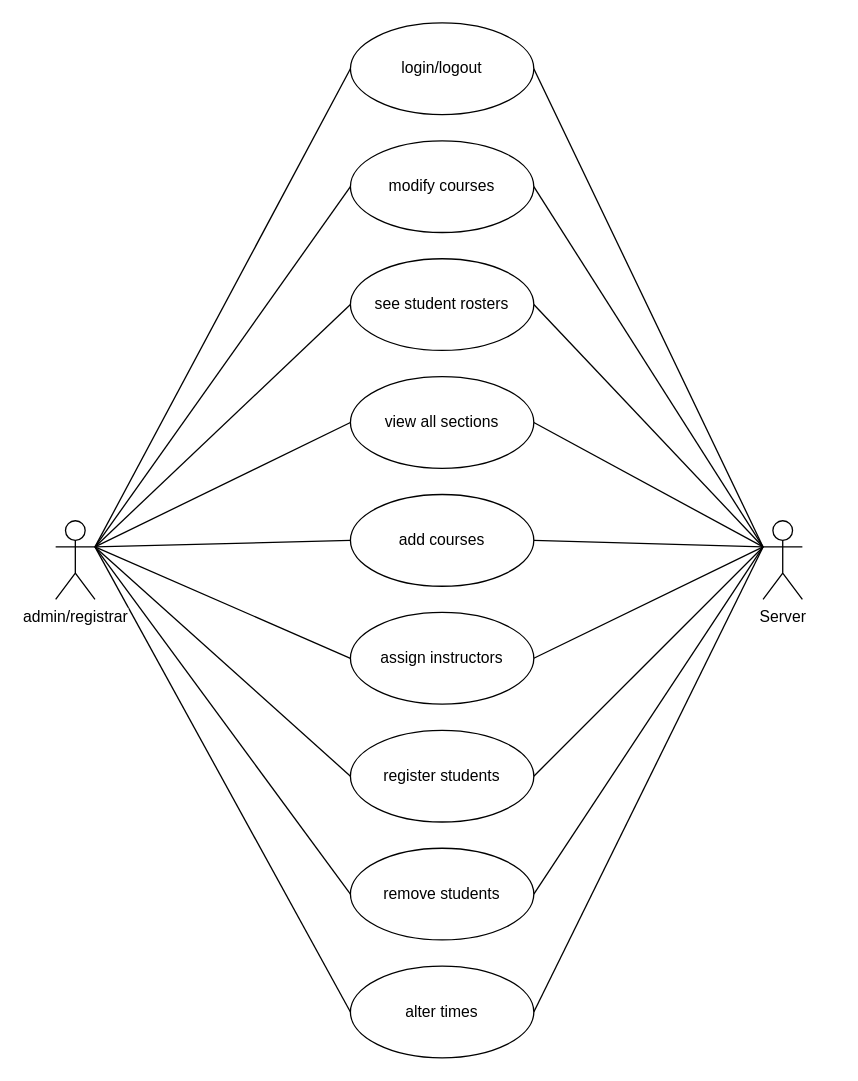
Earlier version of the draw.io diagram Models/Instructor_USE.drawio (kryskon/CURSE). Source tidied: cells renumbered, new cells numbered last; positions are measured from the earlier drawing's top-left corner, leaving out a move shared by most shapes. Both pictures are drawn from the tidied source at 131%, with x=0, y=0 at pixel (55, 22).
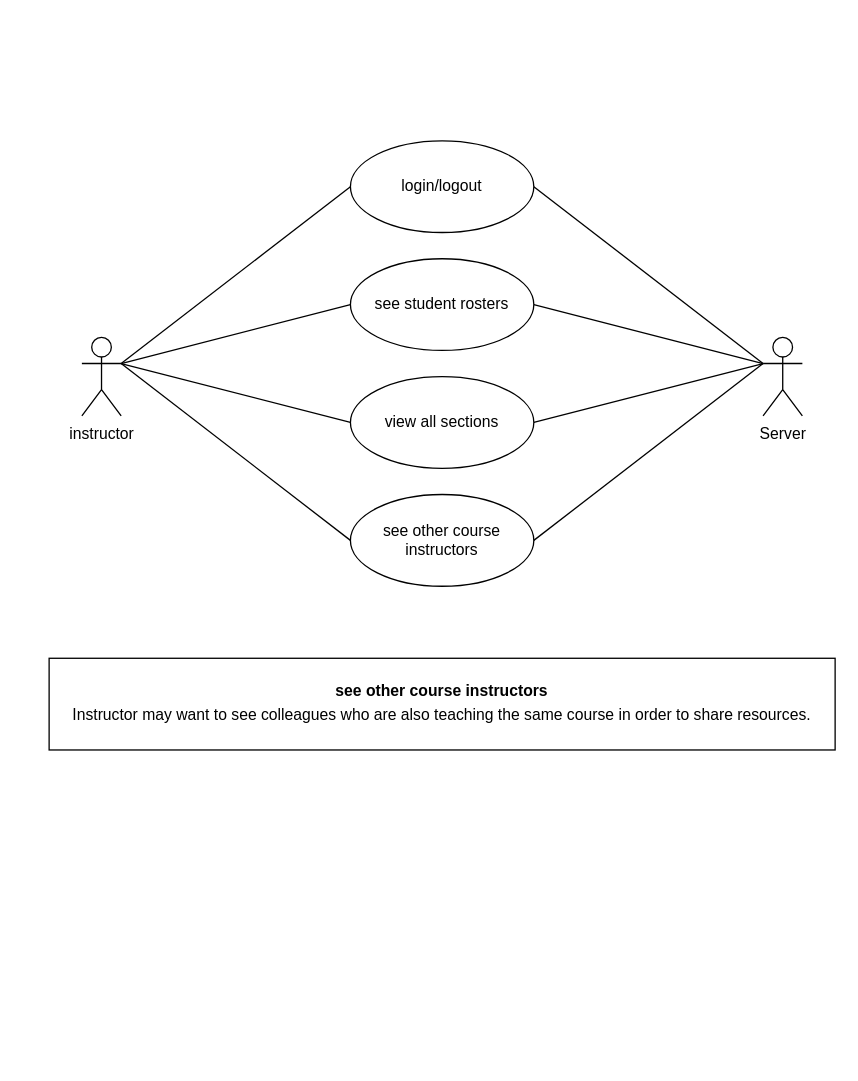
After the change.

What changed in the source:
```diff
@@
-    <mxCell id="3" style="edgeStyle=none;rounded=0;jettySize=auto;html=1;exitX=1;exitY=0.3333333333333333;exitDx=0;exitDy=0;exitPerimeter=0;entryX=0;entryY=0.5;entryDx=0;entryDy=0;endArrow=none;endFill=0;" parent="1" edge="1" source="11" target="15">
-      <mxGeometry relative="1" as="geometry" />
-    </mxCell>
@@
-    <mxCell id="6" style="rounded=0;jettySize=auto;html=1;exitX=1;exitY=0.3333333333333333;exitDx=0;exitDy=0;exitPerimeter=0;entryX=0;entryY=0.5;entryDx=0;entryDy=0;endArrow=none;endFill=0;" parent="1" edge="1" source="11" target="22">
-      <mxGeometry relative="1" as="geometry" />
-    </mxCell>
-    <mxCell id="7" style="edgeStyle=none;rounded=0;jettySize=auto;html=1;exitX=1;exitY=0.3333333333333333;exitDx=0;exitDy=0;exitPerimeter=0;entryX=0;entryY=0.5;entryDx=0;entryDy=0;endArrow=none;endFill=0;" parent="1" edge="1" source="11" target="24">
-      <mxGeometry relative="1" as="geometry" />
-    </mxCell>
-    <mxCell id="8" style="edgeStyle=none;rounded=0;jettySize=auto;html=1;exitX=1;exitY=0.3333333333333333;exitDx=0;exitDy=0;exitPerimeter=0;entryX=0;entryY=0.5;entryDx=0;entryDy=0;endArrow=none;endFill=0;" parent="1" edge="1" source="11" target="26">
-      <mxGeometry relative="1" as="geometry" />
-    </mxCell>
-    <mxCell id="9" style="edgeStyle=none;rounded=0;jettySize=auto;html=1;exitX=1;exitY=0.3333333333333333;exitDx=0;exitDy=0;exitPerimeter=0;entryX=0;entryY=0.5;entryDx=0;entryDy=0;endArrow=none;endFill=0;" parent="1" edge="1" source="11" target="28">
-      <mxGeometry relative="1" as="geometry" />
-    </mxCell>
-    <mxCell id="10" style="edgeStyle=none;rounded=0;jettySize=auto;html=1;exitX=1;exitY=0.3333333333333333;exitDx=0;exitDy=0;exitPerimeter=0;entryX=0;entryY=0.5;entryDx=0;entryDy=0;endArrow=none;endFill=0;" parent="1" edge="1" source="11" target="30">
-      <mxGeometry relative="1" as="geometry" />
-    </mxCell>
-    <mxCell id="11" value="admin/registrar" style="shape=umlActor;verticalLabelPosition=bottom;labelBackgroundColor=#ffffff;verticalAlign=top;html=1;" parent="1" vertex="1">
-      <mxGeometry y="380" width="30" height="60" as="geometry" />
+    <mxCell id="11" value="instructor" style="shape=umlActor;verticalLabelPosition=bottom;labelBackgroundColor=#ffffff;verticalAlign=top;html=1;" parent="1" vertex="1">
+      <mxGeometry x="20" y="240" width="30" height="60" as="geometry" />
     </mxCell>
@@
     <mxCell id="13" value="login/logout" style="ellipse;whiteSpace=wrap;html=1;" parent="1" vertex="1">
-      <mxGeometry x="225" width="140" height="70" as="geometry" />
+      <mxGeometry x="225" y="90" width="140" height="70" as="geometry" />
     </mxCell>
-    <mxCell id="14" style="edgeStyle=none;rounded=0;jettySize=auto;html=1;exitX=1;exitY=0.5;exitDx=0;exitDy=0;entryX=0;entryY=0.3333333333333333;entryDx=0;entryDy=0;entryPerimeter=0;endArrow=none;endFill=0;" parent="1" edge="1" source="15" target="20">
-      <mxGeometry relative="1" as="geometry" />
-    </mxCell>
-    <mxCell id="15" value="modify courses" style="ellipse;whiteSpace=wrap;html=1;" parent="1" vertex="1">
-      <mxGeometry x="225" y="90" width="140" height="70" as="geometry" />
-    </mxCell>
@@
     <mxCell id="20" value="Server&lt;br&gt;" style="shape=umlActor;verticalLabelPosition=bottom;labelBackgroundColor=#ffffff;verticalAlign=top;html=1;" parent="1" vertex="1">
-      <mxGeometry x="540" y="380" width="30" height="60" as="geometry" />
+      <mxGeometry x="540" y="240" width="30" height="60" as="geometry" />
     </mxCell>
-    <mxCell id="21" style="edgeStyle=none;rounded=0;jettySize=auto;html=1;exitX=1;exitY=0.5;exitDx=0;exitDy=0;entryX=0;entryY=0.3333333333333333;entryDx=0;entryDy=0;entryPerimeter=0;endArrow=none;endFill=0;" parent="1" edge="1" source="22" target="20">
-      <mxGeometry relative="1" as="geometry" />
-    </mxCell>
-    <mxCell id="22" value="add courses" style="ellipse;whiteSpace=wrap;html=1;" parent="1" vertex="1">
-      <mxGeometry x="225" y="360" width="140" height="70" as="geometry" />
-    </mxCell>
-    <mxCell id="23" style="edgeStyle=none;rounded=0;jettySize=auto;html=1;exitX=1;exitY=0.5;exitDx=0;exitDy=0;entryX=0;entryY=0.3333333333333333;entryDx=0;entryDy=0;entryPerimeter=0;endArrow=none;endFill=0;" parent="1" edge="1" source="24" target="20">
-      <mxGeometry relative="1" as="geometry" />
-    </mxCell>
-    <mxCell id="24" value="assign instructors" style="ellipse;whiteSpace=wrap;html=1;" parent="1" vertex="1">
-      <mxGeometry x="225" y="450" width="140" height="70" as="geometry" />
-    </mxCell>
-    <mxCell id="25" style="edgeStyle=none;rounded=0;jettySize=auto;html=1;exitX=1;exitY=0.5;exitDx=0;exitDy=0;entryX=0;entryY=0.3333333333333333;entryDx=0;entryDy=0;entryPerimeter=0;endArrow=none;endFill=0;" parent="1" edge="1" source="26" target="20">
-      <mxGeometry relative="1" as="geometry" />
-    </mxCell>
-    <mxCell id="26" value="register students" style="ellipse;whiteSpace=wrap;html=1;" parent="1" vertex="1">
-      <mxGeometry x="225" y="540" width="140" height="70" as="geometry" />
-    </mxCell>
-    <mxCell id="27" style="edgeStyle=none;rounded=0;jettySize=auto;html=1;exitX=1;exitY=0.5;exitDx=0;exitDy=0;entryX=0;entryY=0.3333333333333333;entryDx=0;entryDy=0;entryPerimeter=0;endArrow=none;endFill=0;" parent="1" edge="1" source="28" target="20">
-      <mxGeometry relative="1" as="geometry" />
-    </mxCell>
-    <mxCell id="28" value="remove students" style="ellipse;whiteSpace=wrap;html=1;" parent="1" vertex="1">
-      <mxGeometry x="225" y="630" width="140" height="70" as="geometry" />
-    </mxCell>
-    <mxCell id="29" style="edgeStyle=none;rounded=0;jettySize=auto;html=1;exitX=1;exitY=0.5;exitDx=0;exitDy=0;entryX=0;entryY=0.3333333333333333;entryDx=0;entryDy=0;entryPerimeter=0;endArrow=none;endFill=0;" parent="1" edge="1" source="30" target="20">
-      <mxGeometry relative="1" as="geometry" />
-    </mxCell>
-    <mxCell id="30" value="alter times" style="ellipse;whiteSpace=wrap;html=1;" parent="1" vertex="1">
-      <mxGeometry x="225" y="720" width="140" height="70" as="geometry" />
-    </mxCell>
+    <mxCell id="31" style="rounded=0;jettySize=auto;html=1;exitX=1;exitY=0.5;exitDx=0;exitDy=0;entryX=0;entryY=0.3333333333333333;entryDx=0;entryDy=0;entryPerimeter=0;endArrow=none;endFill=0;" parent="1" edge="1" source="33" target="20">
+      <mxGeometry relative="1" as="geometry" />
+    </mxCell>
+    <mxCell id="32" style="edgeStyle=none;rounded=0;jettySize=auto;html=1;exitX=0;exitY=0.5;exitDx=0;exitDy=0;entryX=1;entryY=0.3333333333333333;entryDx=0;entryDy=0;entryPerimeter=0;endArrow=none;endFill=0;" parent="1" edge="1" source="33" target="11">
+      <mxGeometry relative="1" as="geometry" />
+    </mxCell>
+    <mxCell id="33" value="see other course instructors" style="ellipse;whiteSpace=wrap;html=1;" parent="1" vertex="1">
+      <mxGeometry x="225" y="360" width="140" height="70" as="geometry" />
+    </mxCell>
+    <mxCell id="34" value="&lt;p style=&quot;margin: 0px ; margin-top: 4px ; text-align: center&quot;&gt;&lt;br&gt;&lt;b&gt;see other course instructors&lt;/b&gt;&lt;/p&gt;&lt;p style=&quot;margin: 0px ; margin-top: 4px ; text-align: center&quot;&gt;Instructor may want to see colleagues who are also teaching the same course in order to share resources.&lt;/p&gt;" style="verticalAlign=top;align=left;overflow=fill;fontSize=12;fontFamily=Helvetica;html=1;" parent="1" vertex="1">
+      <mxGeometry x="-5" y="485" width="600" height="70" as="geometry" />
+    </mxCell>
```
